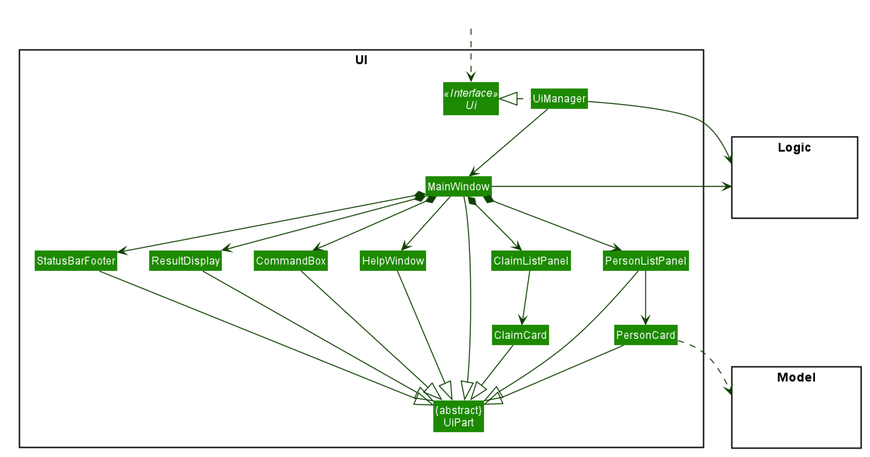
AY1920S1-CS2103T-W12-1/main keeps this PlantUML diagram as images/UiClassDiagram.png. Above is the earlier version. Its diagram source:
```plantuml
@startuml








skinparam BackgroundColor #FFFFFFF

skinparam Shadowing false

skinparam Class {
    FontColor #FFFFFF
    BorderThickness 1
    BorderColor #FFFFFF
    StereotypeFontColor #FFFFFF
    FontName Arial
    MemberColor #FFFFFF
}

skinparam Actor {
    BorderColor #000000
    Color #000000
    FontName Arial
}

skinparam Sequence {
    MessageAlign center
    BoxFontSize 15
    BoxPadding 0
    BoxFontColor #FFFFFF
    FontName Arial
}

skinparam Participant {
    FontColor #FFFFFFF
    Padding 20
}

skinparam MinClassWidth 50
skinparam ParticipantPadding 10
skinparam Shadowing false
skinparam DefaultTextAlignment center
skinparam packageStyle Rectangle

hide footbox
hide members
hide circle
skinparam arrowThickness 1.1
skinparam arrowColor #0E4100
skinparam classBackgroundColor #1D8900

package UI <<Rectangle>>{
Interface Ui <<Interface>>
Class "{abstract}\nUiPart" as UiPart
Class UiManager
Class MainWindow
Class HelpWindow
Class ResultDisplay
Class PersonListPanel
Class PersonCard
Class StatusBarFooter
Class CommandBox
Class ClaimListPanel
Class ClaimCard
}

package Model <<Rectangle>> {
Class HiddenModel #FFFFFF
}

package Logic <<Rectangle>> {
Class HiddenLogic #FFFFFF
}

Class HiddenOutside #FFFFFF
HiddenOutside ..> Ui

UiManager .left.|> Ui
UiManager -down-> MainWindow
MainWindow --> HelpWindow
MainWindow *-down-> CommandBox
MainWindow *-down-> ResultDisplay
MainWindow *-down-> PersonListPanel
MainWindow *-down-> ClaimListPanel
MainWindow *-down-> StatusBarFooter

PersonListPanel -down-> PersonCard
ClaimListPanel -down-> ClaimCard

MainWindow -left-|> UiPart

ResultDisplay --|> UiPart
CommandBox --|> UiPart
PersonListPanel --|> UiPart
PersonCard --|> UiPart
ClaimCard --|> UiPart
StatusBarFooter --|> UiPart
HelpWindow -down-|> UiPart

PersonCard ..> Model
UiManager -right-> Logic
MainWindow -left-> Logic

PersonListPanel -[hidden]left- HelpWindow
ClaimListPanel -[hidden]left- PersonListPanel
ClaimCard -[hidden]left- PersonCard
HelpWindow -[hidden]left- CommandBox
CommandBox -[hidden]left- ResultDisplay
ResultDisplay -[hidden]left- StatusBarFooter

MainWindow -[hidden]-|> UiPart
@enduml
```
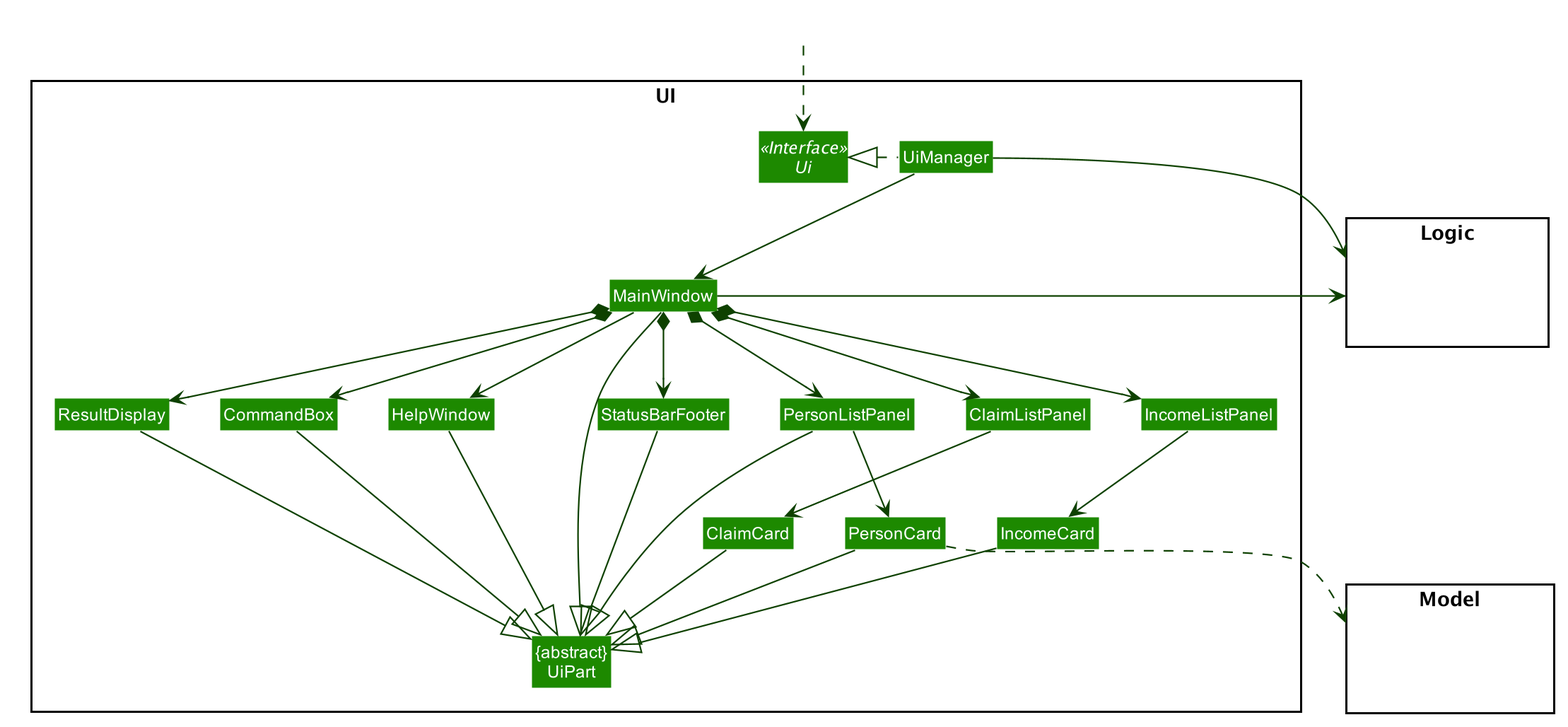
After the change.

The edit, as a diff of the source:
```diff
@@ -65,6 +65,9 @@
 Class CommandBox
 Class ClaimListPanel
 Class ClaimCard
+Class IncomeListPanel
+Class IncomeCard
+
 }
 
 package Model <<Rectangle>> {
@@ -85,10 +88,12 @@
 MainWindow *-down-> ResultDisplay
 MainWindow *-down-> PersonListPanel
 MainWindow *-down-> ClaimListPanel
+MainWindow *-down-> IncomeListPanel
 MainWindow *-down-> StatusBarFooter
 
 PersonListPanel -down-> PersonCard
 ClaimListPanel -down-> ClaimCard
+IncomeListPanel -down-> IncomeCard
 
 MainWindow -left-|> UiPart
 
@@ -97,6 +102,7 @@
 PersonListPanel --|> UiPart
 PersonCard --|> UiPart
 ClaimCard --|> UiPart
+IncomeCard --|> UiPart
 StatusBarFooter --|> UiPart
 HelpWindow -down-|> UiPart
 
@@ -107,6 +113,8 @@
 PersonListPanel -[hidden]left- HelpWindow
 ClaimListPanel -[hidden]left- PersonListPanel
 ClaimCard -[hidden]left- PersonCard
+IncomeListPanel -[hidden]left- PersonListPanel
+IncomeCard -[hidden]left- PersonCard
 HelpWindow -[hidden]left- CommandBox
 CommandBox -[hidden]left- ResultDisplay
 ResultDisplay -[hidden]left- StatusBarFooter
```
